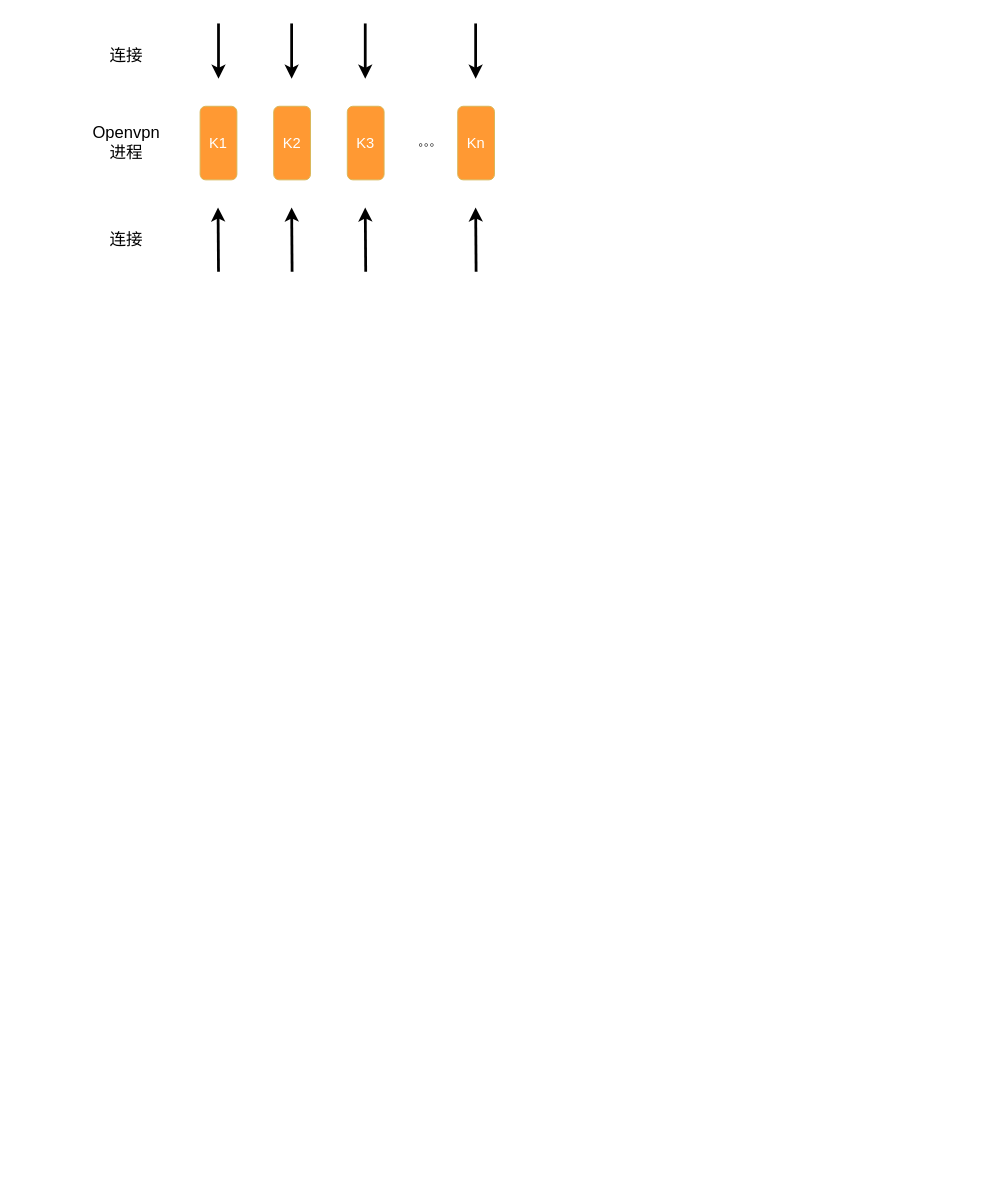
This is new device touch.drawio from huhailong147/Test, a draw.io file, before an edit. Source tidied: cells renumbered, new cells numbered last; positions are measured from the earlier drawing's top-left corner, leaving out a move shared by most shapes. Both pictures are drawn from the tidied source at 92%, with x=0, y=0 at pixel (80, 23).
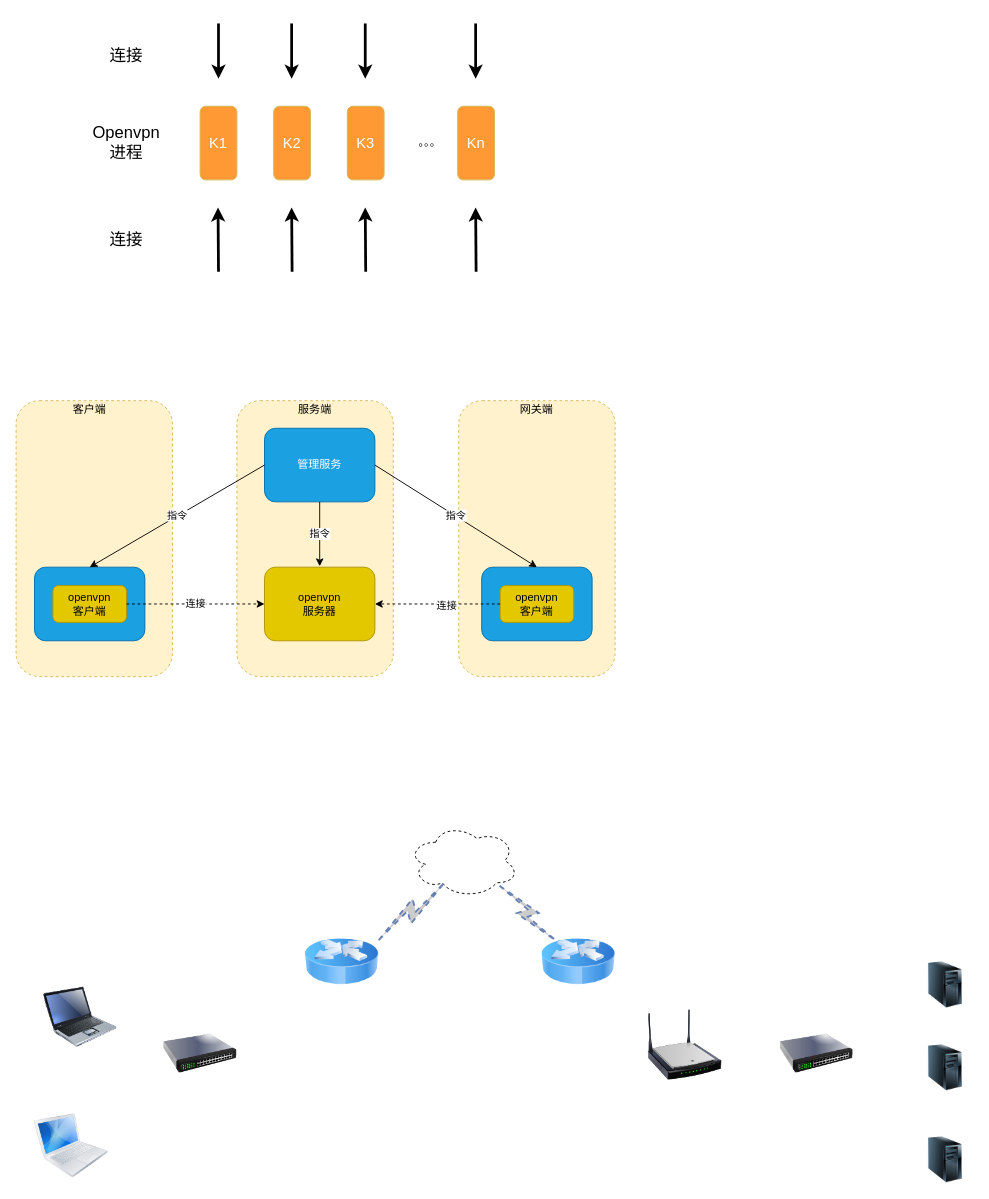
The same diagram, later.

The edit, as a diff of the source:
```diff
@@
+    <mxCell id="18" style="rounded=1;whiteSpace=wrap;html=1;fillColor=#fff2cc;dashed=1;strokeColor=#d6b656;" parent="1" vertex="1">
+      <mxGeometry x="411.1" y="410" width="170" height="300" as="geometry" />
+    </mxCell>
+    <mxCell id="19" style="rounded=1;whiteSpace=wrap;html=1;fillColor=#fff2cc;dashed=1;strokeColor=#d6b656;" parent="1" vertex="1">
+      <mxGeometry x="170" y="410" width="170" height="300" as="geometry" />
+    </mxCell>
+    <mxCell id="20" style="rounded=1;whiteSpace=wrap;html=1;fillColor=#fff2cc;dashed=1;strokeColor=#d6b656;" parent="1" vertex="1">
+      <mxGeometry x="-70" y="410" width="170" height="300" as="geometry" />
+    </mxCell>
@@
+    <mxCell id="21" style="rounded=1;whiteSpace=wrap;html=1;fillColor=#1ba1e2;strokeColor=#006EAF;fontColor=#ffffff;" parent="1" vertex="1">
+      <mxGeometry x="-50" y="591" width="120" height="80" as="geometry" />
+    </mxCell>
+    <mxCell id="22" value="openvpn&lt;br&gt;客户端" style="rounded=1;whiteSpace=wrap;html=1;fillColor=#e3c800;strokeColor=#B09500;fontColor=#000000;" parent="1" vertex="1">
+      <mxGeometry x="-30" y="611" width="80" height="40" as="geometry" />
+    </mxCell>
+    <mxCell id="23" style="rounded=1;whiteSpace=wrap;html=1;fillColor=#1ba1e2;strokeColor=#006EAF;fontColor=#ffffff;" parent="1" vertex="1">
+      <mxGeometry x="436.1" y="591" width="120" height="80" as="geometry" />
+    </mxCell>
+    <mxCell id="24" value="openvpn&lt;br&gt;客户端" style="rounded=1;whiteSpace=wrap;html=1;fillColor=#e3c800;strokeColor=#B09500;fontColor=#000000;" parent="1" vertex="1">
+      <mxGeometry x="456.1" y="611" width="80" height="40" as="geometry" />
+    </mxCell>
+    <mxCell id="25" value="管理服务" style="rounded=1;whiteSpace=wrap;html=1;fillColor=#1ba1e2;strokeColor=#006EAF;fontColor=#ffffff;" parent="1" vertex="1">
+      <mxGeometry x="200" y="440" width="120" height="80" as="geometry" />
+    </mxCell>
+    <mxCell id="26" value="openvpn&lt;br&gt;服务器" style="rounded=1;whiteSpace=wrap;html=1;fillColor=#e3c800;strokeColor=#B09500;fontColor=#000000;" parent="1" vertex="1">
+      <mxGeometry x="200" y="591" width="120" height="80" as="geometry" />
+    </mxCell>
+    <mxCell id="27" value="指令" style="endArrow=classic;html=1;strokeWidth=1;entryX=0.5;entryY=0;entryDx=0;entryDy=0;exitX=0;exitY=0.5;exitDx=0;exitDy=0;" parent="1" edge="1" source="25" target="21">
+      <mxGeometry relative="1" as="geometry" />
+    </mxCell>
+    <mxCell id="28" value="指令" style="endArrow=classic;html=1;strokeWidth=1;exitX=1;exitY=0.5;exitDx=0;exitDy=0;entryX=0.5;entryY=0;entryDx=0;entryDy=0;" parent="1" edge="1" source="25" target="23">
+      <mxGeometry relative="1" as="geometry" />
+    </mxCell>
+    <mxCell id="29" value="指令" style="endArrow=classic;html=1;strokeWidth=1;exitX=0.5;exitY=1;exitDx=0;exitDy=0;" parent="1" edge="1" source="25">
+      <mxGeometry relative="1" as="geometry">
+        <mxPoint x="260" y="590" as="targetPoint" />
+      </mxGeometry>
+    </mxCell>
+    <mxCell id="30" value="连接" style="endArrow=classic;html=1;strokeWidth=1;entryX=0;entryY=0.5;entryDx=0;entryDy=0;exitX=1;exitY=0.5;exitDx=0;exitDy=0;dashed=1;" parent="1" edge="1" source="22" target="26">
+      <mxGeometry relative="1" as="geometry" />
+    </mxCell>
+    <mxCell id="31" style="endArrow=classic;html=1;strokeWidth=1;entryX=1;entryY=0.5;entryDx=0;entryDy=0;exitX=0;exitY=0.5;exitDx=0;exitDy=0;dashed=1;" parent="1" edge="1" source="24" target="26">
+      <mxGeometry relative="1" as="geometry" />
+    </mxCell>
+    <mxCell id="32" value="连接" style="edgeLabel;html=1;align=center;verticalAlign=middle;" parent="31" vertex="1">
+      <mxGeometry x="-0.14" y="1" relative="1" as="geometry" />
+    </mxCell>
+    <mxCell id="33" value="客户端" style="text;html=1;strokeColor=none;fillColor=none;align=center;verticalAlign=middle;whiteSpace=wrap;rounded=0;dashed=1;" parent="1" vertex="1">
+      <mxGeometry x="-10" y="410" width="40" height="20" as="geometry" />
+    </mxCell>
+    <mxCell id="34" value="服务端" style="text;html=1;strokeColor=none;fillColor=none;align=center;verticalAlign=middle;whiteSpace=wrap;rounded=0;dashed=1;" parent="1" vertex="1">
+      <mxGeometry x="235" y="410" width="40" height="20" as="geometry" />
+    </mxCell>
+    <mxCell id="35" value="网关端" style="text;html=1;strokeColor=none;fillColor=none;align=center;verticalAlign=middle;whiteSpace=wrap;rounded=0;dashed=1;" parent="1" vertex="1">
+      <mxGeometry x="476.1" y="410" width="40" height="20" as="geometry" />
+    </mxCell>
+    <mxCell id="36" style="image;html=1;image=img/lib/clip_art/networking/Switch_128x128.png;dashed=1;fillColor=#FFFFFF;" parent="1" vertex="1">
+      <mxGeometry x="90" y="1080" width="80" height="80" as="geometry" />
+    </mxCell>
+    <mxCell id="37" style="image;html=1;image=img/lib/clip_art/networking/Router_Icon_128x128.png;dashed=1;fillColor=#FFFFFF;" parent="1" vertex="1">
+      <mxGeometry x="244" y="980" width="80" height="80" as="geometry" />
+    </mxCell>
+    <mxCell id="38" style="image;html=1;image=img/lib/clip_art/computers/Laptop_128x128.png;dashed=1;fillColor=#FFFFFF;" parent="1" vertex="1">
+      <mxGeometry x="-40" y="1040" width="80" height="80" as="geometry" />
+    </mxCell>
+    <mxCell id="39" style="image;html=1;image=img/lib/clip_art/computers/MacBook_128x128.png;dashed=1;fillColor=#FFFFFF;" parent="1" vertex="1">
+      <mxGeometry x="-50" y="1180" width="80" height="80" as="geometry" />
+    </mxCell>
+    <mxCell id="40" style="ellipse;shape=cloud;whiteSpace=wrap;html=1;dashed=1;fillColor=#FFFFFF;" parent="1" vertex="1">
+      <mxGeometry x="356.1" y="870" width="120" height="80" as="geometry" />
+    </mxCell>
+    <mxCell id="41" style="image;html=1;image=img/lib/clip_art/networking/Router_Icon_128x128.png;dashed=1;fillColor=#FFFFFF;" parent="1" vertex="1">
+      <mxGeometry x="501.1" y="980" width="80" height="80" as="geometry" />
+    </mxCell>
+    <mxCell id="42" style="image;html=1;image=img/lib/clip_art/networking/Wireless_Router_N_128x128.png;dashed=1;fillColor=#FFFFFF;" parent="1" vertex="1">
+      <mxGeometry x="617" y="1070" width="80" height="80" as="geometry" />
+    </mxCell>
+    <mxCell id="43" style="image;html=1;image=img/lib/clip_art/computers/Server_Tower_128x128.png;dashed=1;fillColor=#FFFFFF;" parent="1" vertex="1">
+      <mxGeometry x="910" y="1020" width="60" height="50" as="geometry" />
+    </mxCell>
+    <mxCell id="44" style="image;html=1;image=img/lib/clip_art/networking/Switch_128x128.png;dashed=1;fillColor=#FFFFFF;" parent="1" vertex="1">
+      <mxGeometry x="760" y="1080" width="80" height="80" as="geometry" />
+    </mxCell>
+    <mxCell id="45" style="html=1;outlineConnect=0;fillColor=#CCCCCC;strokeColor=#6881B3;gradientColor=none;gradientDirection=north;strokeWidth=2;shape=mxgraph.networks.comm_link_edge;html=1;dashed=1;" parent="1" edge="1">
+      <mxGeometry relative="1" as="geometry">
+        <mxPoint x="320" y="1000" as="sourcePoint" />
+        <mxPoint x="400" y="930" as="targetPoint" />
+      </mxGeometry>
+    </mxCell>
+    <mxCell id="46" style="html=1;outlineConnect=0;fillColor=#CCCCCC;strokeColor=#6881B3;gradientColor=none;gradientDirection=north;strokeWidth=2;shape=mxgraph.networks.comm_link_edge;html=1;dashed=1;exitX=0.8;exitY=0.8;exitDx=0;exitDy=0;exitPerimeter=0;" parent="1" edge="1" source="40">
+      <mxGeometry relative="1" as="geometry">
+        <mxPoint x="520" y="1000" as="targetPoint" />
+        <Array as="points">
+          <mxPoint x="470" y="946" />
+        </Array>
+      </mxGeometry>
+    </mxCell>
+    <mxCell id="47" style="image;html=1;image=img/lib/clip_art/computers/Server_Tower_128x128.png;dashed=1;fillColor=#FFFFFF;" parent="1" vertex="1">
+      <mxGeometry x="910" y="1110" width="60" height="50" as="geometry" />
+    </mxCell>
+    <mxCell id="48" style="image;html=1;image=img/lib/clip_art/computers/Server_Tower_128x128.png;dashed=1;fillColor=#FFFFFF;" parent="1" vertex="1">
+      <mxGeometry x="910" y="1210" width="60" height="50" as="geometry" />
+    </mxCell>
```
